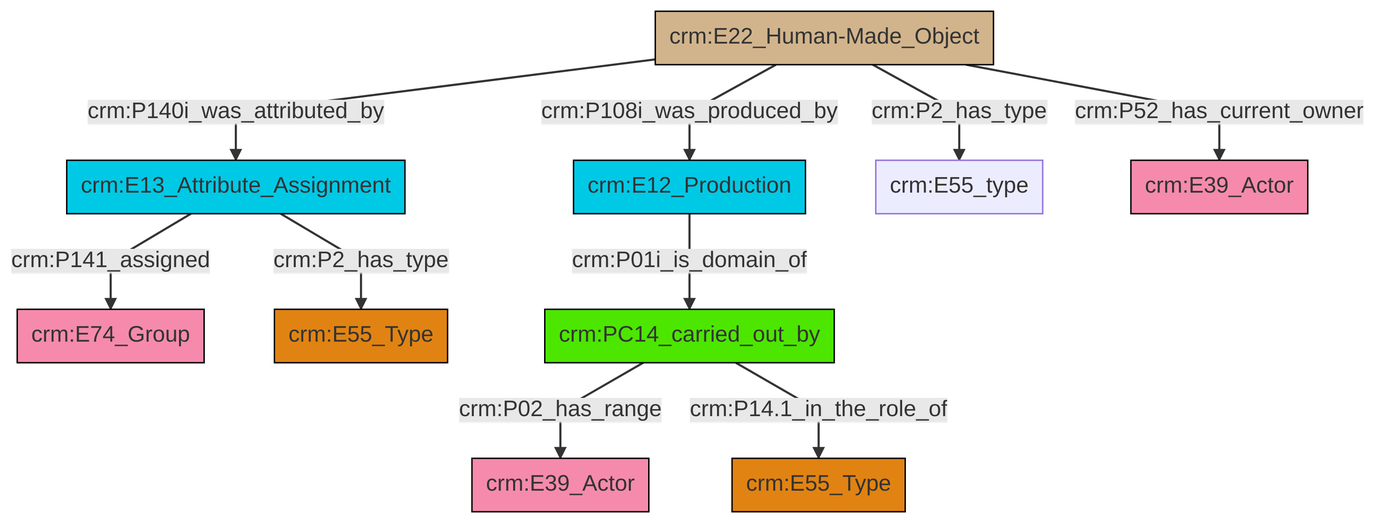
This is et/builtWorkCSV/ttl/mmd/png/Built_Work_actor_relations.png from swiss-art-research-net/reference-data-models, a Mermaid export, as it was before one commit. Its source is kept beside it as et/builtWorkCSV/ttl/mmd/Built_Work_actor_relations.ttl.mmd.
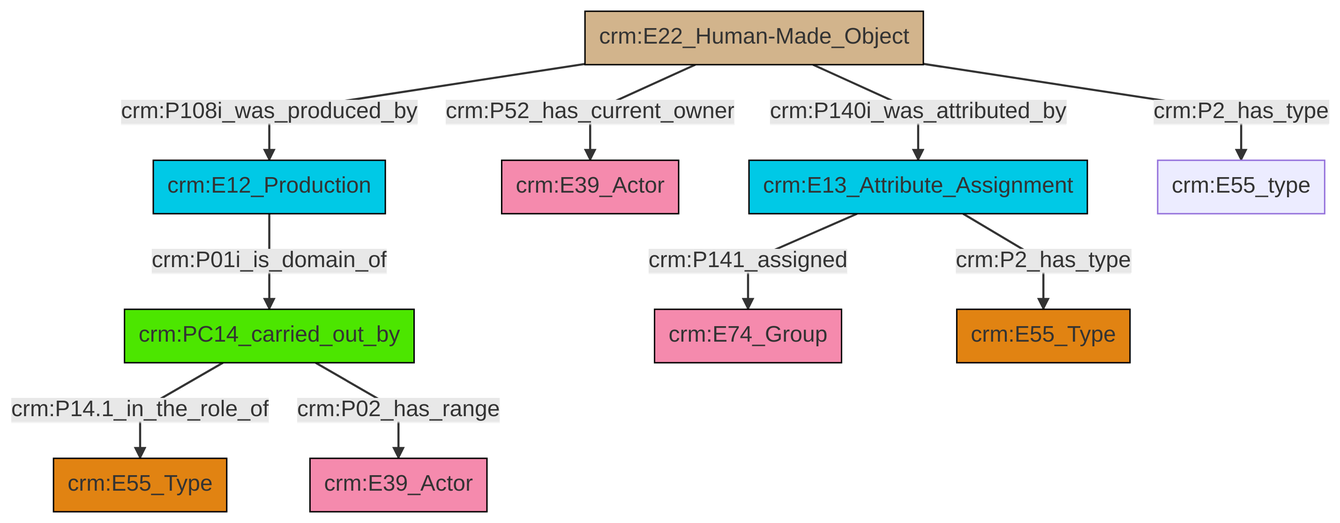
Above is the later version.

Change to the diagram source:
```diff
@@ -13,12 +13,12 @@
 classDef PC_Classes fill:#4ce600, stroke:#000000;
 classDef Multi fill:#cccccc,stroke:#000000;
 
-0["crm:E13_Attribute_Assignment"]:::Temporal_Entity -->|crm:P141_assigned| 1["crm:E74_Group"]:::Actor
-5["crm:E12_Production"]:::Temporal_Entity -->|crm:P01i_is_domain_of| 7["crm:PC14_carried_out_by"]:::PC_Classes
-0["crm:E13_Attribute_Assignment"]:::Temporal_Entity -->|crm:P2_has_type| 2["crm:E55_Type"]:::Type
-10["crm:E22_Human-Made_Object"]:::Physical_Thing -->|crm:P108i_was_produced_by| 5["crm:E12_Production"]:::Temporal_Entity
-10["crm:E22_Human-Made_Object"]:::Physical_Thing -->|crm:P2_has_type| 11["crm:E55_type"]:::Default
-7["crm:PC14_carried_out_by"]:::PC_Classes -->|crm:P02_has_range| 8["crm:E39_Actor"]:::Actor
-7["crm:PC14_carried_out_by"]:::PC_Classes -->|crm:P14.1_in_the_role_of| 13["crm:E55_Type"]:::Type
-10["crm:E22_Human-Made_Object"]:::Physical_Thing -->|crm:P52_has_current_owner| 15["crm:E39_Actor"]:::Actor
-10["crm:E22_Human-Made_Object"]:::Physical_Thing -->|crm:P140i_was_attributed_by| 0["crm:E13_Attribute_Assignment"]:::Temporal_Entity
+0["crm:E22_Human-Made_Object"]:::Physical_Thing -->|crm:P140i_was_attributed_by| 6["crm:E13_Attribute_Assignment"]:::Temporal_Entity
+2["crm:PC14_carried_out_by"]:::PC_Classes -->|crm:P14.1_in_the_role_of| 7["crm:E55_Type"]:::Type
+2["crm:PC14_carried_out_by"]:::PC_Classes -->|crm:P02_has_range| 10["crm:E39_Actor"]:::Actor
+0["crm:E22_Human-Made_Object"]:::Physical_Thing -->|crm:P52_has_current_owner| 11["crm:E39_Actor"]:::Actor
+0["crm:E22_Human-Made_Object"]:::Physical_Thing -->|crm:P108i_was_produced_by| 12["crm:E12_Production"]:::Temporal_Entity
+0["crm:E22_Human-Made_Object"]:::Physical_Thing -->|crm:P2_has_type| 13["crm:E55_type"]:::Default
+6["crm:E13_Attribute_Assignment"]:::Temporal_Entity -->|crm:P2_has_type| 8["crm:E55_Type"]:::Type
+6["crm:E13_Attribute_Assignment"]:::Temporal_Entity -->|crm:P141_assigned| 4["crm:E74_Group"]:::Actor
+12["crm:E12_Production"]:::Temporal_Entity -->|crm:P01i_is_domain_of| 2["crm:PC14_carried_out_by"]:::PC_Classes
```
